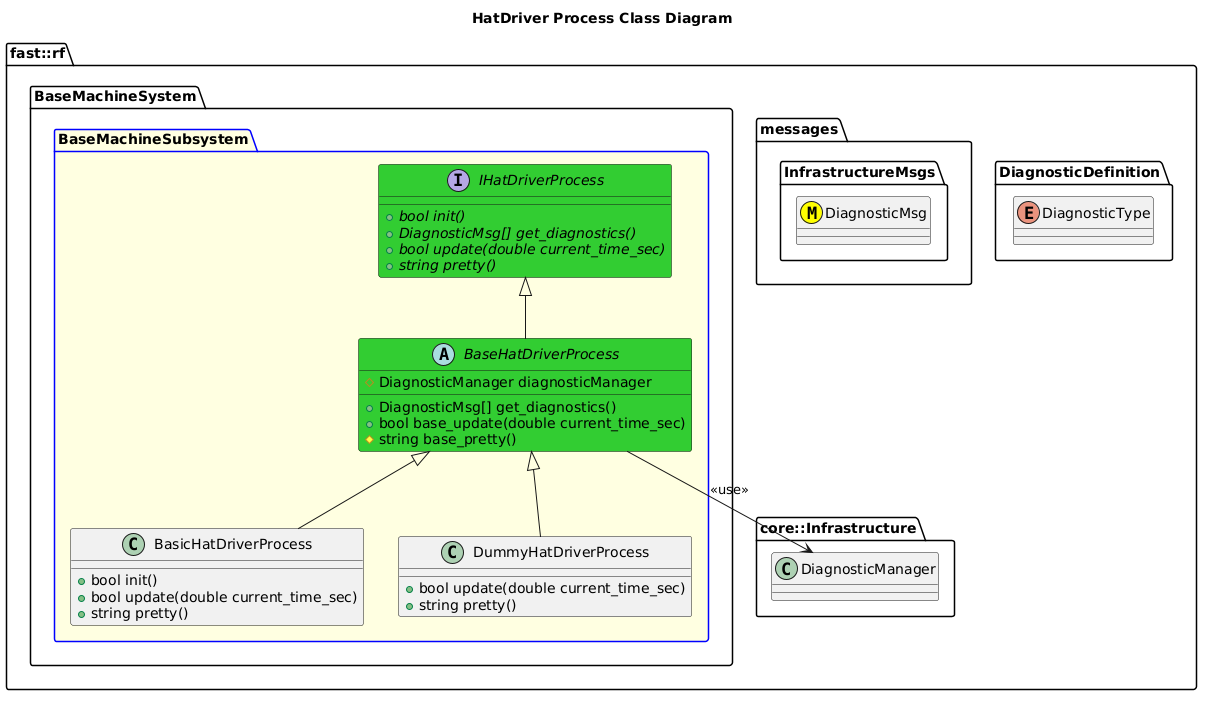
The PlantUML diagram Systems/BaseMachine/Subsystems/BaseMachine/Processes/HatDriver/doc/puml/HatDriverProcessClassDiagram.png in fastrobotics/robot_framework, before a commit.
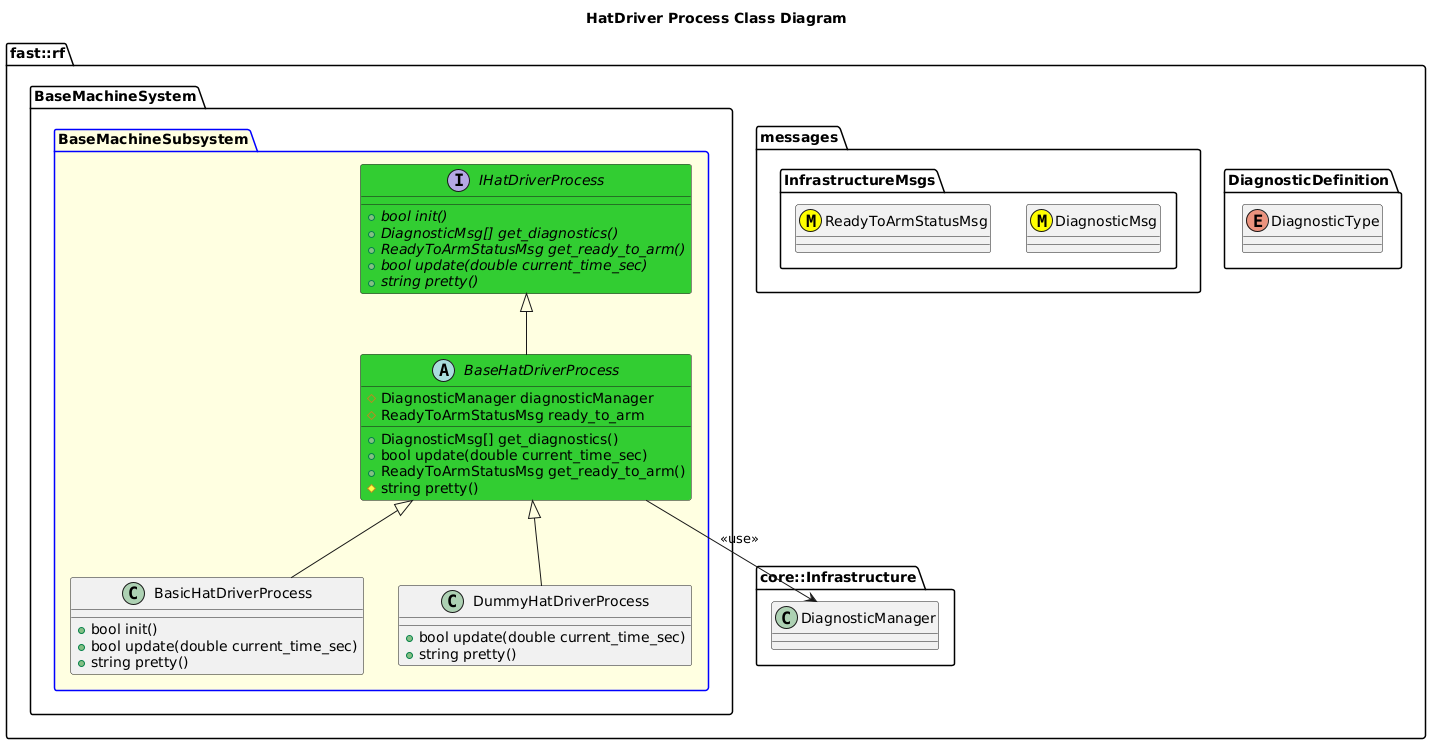
After the commit.

Commit message:
Adding Ready to Arm.

Diff of the diagram source:
```diff
@@ -8,6 +8,7 @@
   namespace messages {
     namespace InfrastructureMsgs {
       class DiagnosticMsg <<(M,#FFFF00)>>
+      class ReadyToArmStatusMsg <<(M,#FFFF00)>>
     }
   }
   namespace core::Infrastructure {
@@ -18,14 +19,17 @@
         interface IHatDriverProcess #LimeGreen  {
           +{abstract} bool init()
           +{abstract} DiagnosticMsg[] get_diagnostics()
+          +{abstract} ReadyToArmStatusMsg get_ready_to_arm()
           +{abstract} bool update(double current_time_sec)
           +{abstract} string pretty()
         }
         abstract BaseHatDriverProcess #LimeGreen {
           +DiagnosticMsg[] get_diagnostics()
-          +bool base_update(double current_time_sec)
-          #string base_pretty()
+          +bool update(double current_time_sec)
+          +ReadyToArmStatusMsg get_ready_to_arm()
+          #string pretty()
           #DiagnosticManager diagnosticManager
+          #ReadyToArmStatusMsg ready_to_arm
 
         }
         BaseHatDriverProcess -up-|> IHatDriverProcess
```
